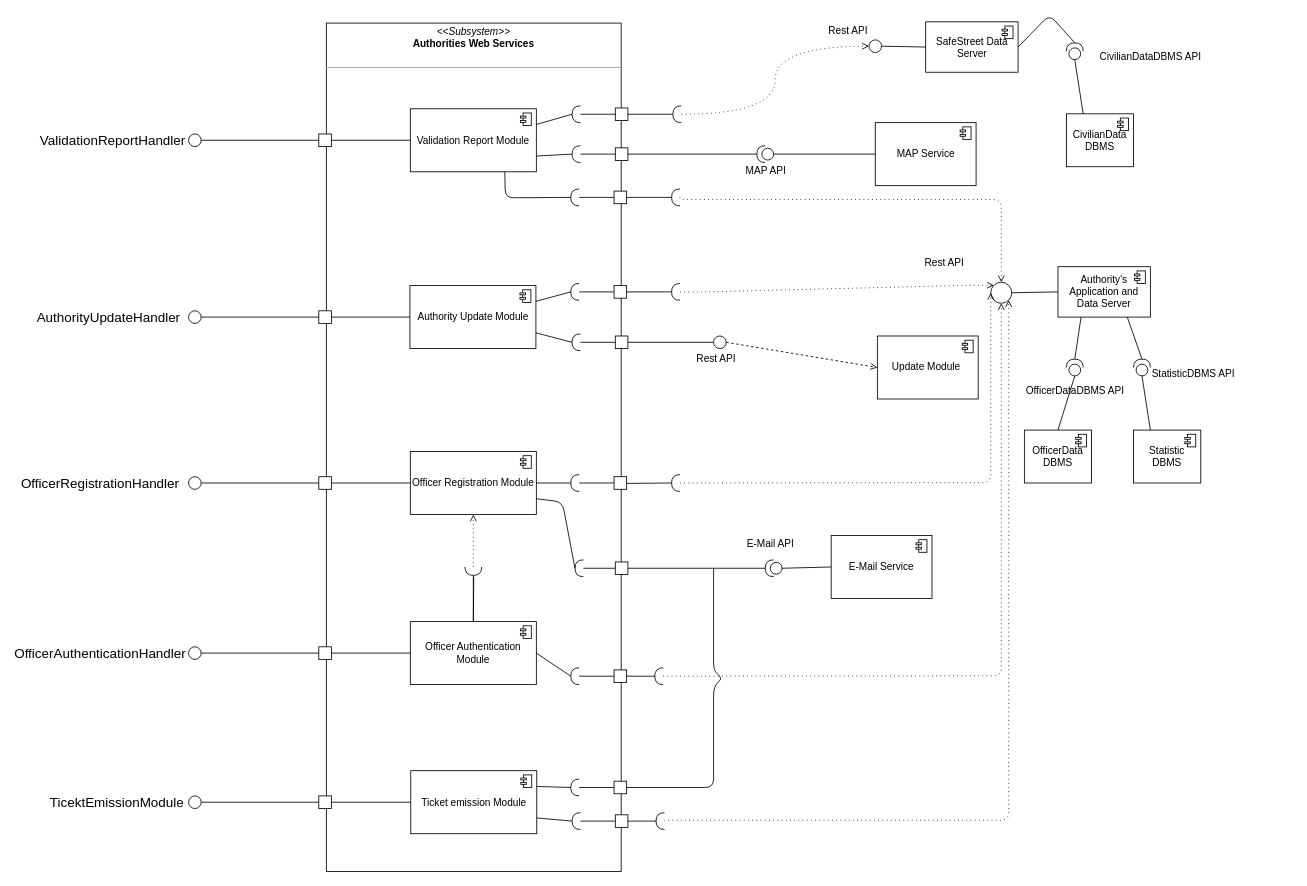
This is DD/images/Drawio/AuthoritiesServicesProjection.drawio from marcuz1996/Software-Engineering-Project, a draw.io file, before an edit. Source tidied: cells renumbered, new cells numbered last; positions are measured from the earlier drawing's top-left corner, leaving out a move shared by most shapes. Both pictures are drawn from the tidied source at 84%, with x=0, y=0 at pixel (54, 14).
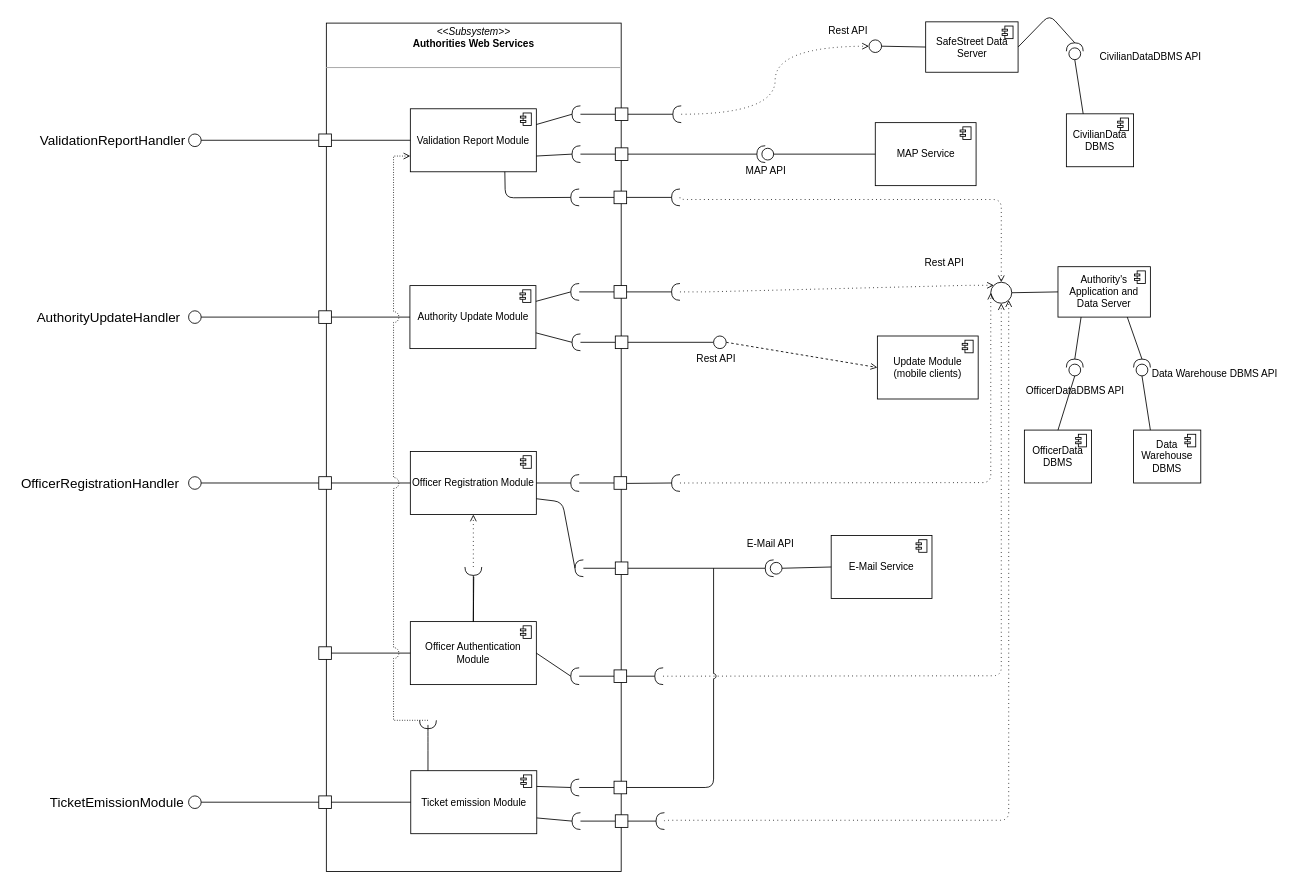
Above is the later version.

The change refers to these unchanged cells:
```xml
<mxCell id="3" value="Validation Report Module" style="html=1;outlineConnect=0;whiteSpace=wrap;shape=mxgraph.archimate3.application;appType=comp;archiType=square;" parent="1" vertex="1">
  <mxGeometry x="424" y="112" width="150" height="75" as="geometry" />
</mxCell>
<mxCell id="53" style="whiteSpace=wrap;html=1;" parent="1" vertex="1">
  <mxGeometry x="315" y="752.5" width="15" height="15" as="geometry" />
</mxCell>
<mxCell id="106" style="whiteSpace=wrap;html=1;" parent="1" vertex="1">
  <mxGeometry x="666.5" y="912.5" width="15" height="15" as="geometry" />
</mxCell>
```

Diff of the diagram source:
```diff
@@
-    <mxCell id="49" value="&lt;span style=&quot;font-size: 16px&quot;&gt;OfficerAuthenticationHandler&lt;/span&gt;" style="text;html=1;strokeColor=none;fillColor=none;align=center;verticalAlign=middle;whiteSpace=wrap;rounded=0;" parent="1" vertex="1">
-      <mxGeometry x="20" y="743.5" width="70" height="33" as="geometry" />
-    </mxCell>
@@
-    <mxCell id="52" style="ellipse;html=1;verticalLabelPosition=bottom;labelBackgroundColor=#ffffff;verticalAlign=top;fillColor=#ffffff;" parent="1" vertex="1">
-      <mxGeometry x="160" y="752.5" width="15" height="15" as="geometry" />
-    </mxCell>
@@
-    <mxCell id="54" style="endArrow=none;html=1;exitX=1;exitY=0.5;exitDx=0;exitDy=0;entryX=0;entryY=0.5;entryDx=0;entryDy=0;" parent="1" edge="1" source="52" target="53">
-      <mxGeometry relative="1" as="geometry" />
-    </mxCell>
@@
-    <mxCell id="68" value="Update Module&amp;nbsp;" style="html=1;outlineConnect=0;whiteSpace=wrap;shape=mxgraph.archimate3.application;appType=comp;archiType=square;" parent="1" vertex="1">
+    <mxCell id="68" value="Update Module (mobile clients)" style="html=1;outlineConnect=0;whiteSpace=wrap;shape=mxgraph.archimate3.application;appType=comp;archiType=square;" parent="1" vertex="1">
       <mxGeometry x="980" y="382.5" width="120" height="75" as="geometry" />
     </mxCell>
@@
-    <mxCell id="103" value="&lt;span style=&quot;font-size: 16px&quot;&gt;TicektEmissionModule&lt;/span&gt;" style="text;html=1;strokeColor=none;fillColor=none;align=center;verticalAlign=middle;whiteSpace=wrap;rounded=0;" parent="1" vertex="1">
+    <mxCell id="103" value="&lt;span style=&quot;font-size: 16px&quot;&gt;TicketEmissionModule&lt;/span&gt;" style="text;html=1;strokeColor=none;fillColor=none;align=center;verticalAlign=middle;whiteSpace=wrap;rounded=0;" parent="1" vertex="1">
       <mxGeometry x="40" y="921" width="70" height="33" as="geometry" />
     </mxCell>
@@
-    <mxCell id="108" style="endArrow=none;html=1;exitX=1;exitY=0.5;exitDx=0;exitDy=0;" parent="1" edge="1" source="106">
+    <mxCell id="108" style="endArrow=none;html=1;exitX=1;exitY=0.5;exitDx=0;exitDy=0;jumpStyle=arc;" parent="1" edge="1" source="106">
       <mxGeometry relative="1" as="geometry">
         <mxPoint x="785" y="659" as="targetPoint" />
         <Array as="points">
           <mxPoint x="785" y="920" />
           <mxPoint x="785" y="800" />
-          <mxPoint x="795" y="790" />
-          <mxPoint x="785" y="780" />
         </Array>
       </mxGeometry>
     </mxCell>
@@
-    <mxCell id="123" value="Statistic DBMS" style="html=1;outlineConnect=0;whiteSpace=wrap;shape=mxgraph.archimate3.application;appType=comp;archiType=square;" parent="1" vertex="1">
+    <mxCell id="123" value="Data Warehouse DBMS" style="html=1;outlineConnect=0;whiteSpace=wrap;shape=mxgraph.archimate3.application;appType=comp;archiType=square;" parent="1" vertex="1">
       <mxGeometry x="1285" y="494.5" width="80" height="63" as="geometry" />
     </mxCell>
@@
-    <mxCell id="126" value="StatisticDBMS API" style="text;html=1;align=left;verticalAlign=top;spacingTop=-4;" parent="1" vertex="1">
-      <mxGeometry x="1305" y="417.5" width="110" height="20" as="geometry" />
+    <mxCell id="126" value="Data Warehouse DBMS API" style="text;html=1;align=left;verticalAlign=top;spacingTop=-4;" parent="1" vertex="1">
+      <mxGeometry x="1305" y="417.5" width="170" height="20" as="geometry" />
     </mxCell>
@@
+    <mxCell id="133" style="edgeStyle=orthogonalEdgeStyle;curved=1;rounded=0;orthogonalLoop=1;jettySize=auto;html=1;exitX=1;exitY=0.5;exitDx=0;exitDy=0;exitPerimeter=0;endArrow=none;endFill=0;" parent="1" edge="1">
+      <mxGeometry relative="1" as="geometry">
+        <mxPoint x="445" y="845.5" as="sourcePoint" />
+        <mxPoint x="445" y="900" as="targetPoint" />
+      </mxGeometry>
+    </mxCell>
+    <mxCell id="134" style="edgeStyle=orthogonalEdgeStyle;rounded=0;jettySize=auto;html=1;exitX=0;exitY=0.5;exitDx=0;exitDy=0;exitPerimeter=0;entryX=0;entryY=0.75;entryDx=0;entryDy=0;entryPerimeter=0;endArrow=open;endFill=0;strokeColor=none;dashed=1;dashPattern=1 2;jumpSize=13;" parent="1" edge="1" source="136" target="3">
+      <mxGeometry relative="1" as="geometry">
+        <Array as="points">
+          <mxPoint x="404" y="840" />
+          <mxPoint x="404" y="168" />
+        </Array>
+      </mxGeometry>
+    </mxCell>
+    <mxCell id="135" style="edgeStyle=orthogonalEdgeStyle;rounded=0;jumpSize=13;jettySize=auto;html=1;exitX=0;exitY=0.5;exitDx=0;exitDy=0;exitPerimeter=0;entryX=0;entryY=0.75;entryDx=0;entryDy=0;entryPerimeter=0;dashed=1;dashPattern=1 2;endArrow=open;endFill=0;jumpStyle=arc;" parent="1" edge="1" source="136" target="3">
+      <mxGeometry relative="1" as="geometry">
+        <Array as="points">
+          <mxPoint x="404" y="840" />
+          <mxPoint x="404" y="168" />
+        </Array>
+      </mxGeometry>
+    </mxCell>
+    <mxCell id="136" style="shape=requiredInterface;html=1;verticalLabelPosition=bottom;direction=south;" parent="1" vertex="1">
+      <mxGeometry x="435" y="840" width="20" height="10" as="geometry" />
+    </mxCell>
```
